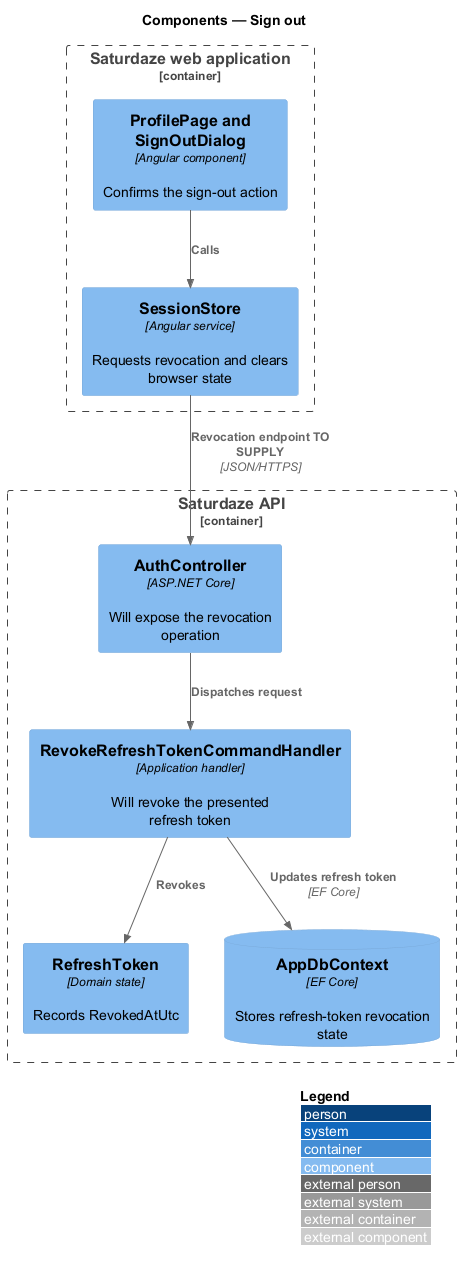
The PlantUML diagram docs/detailed-designs/identity-and-access/sign-out/diagrams/c4-component.png in QuinntyneBrown/saturdaze, before a commit.
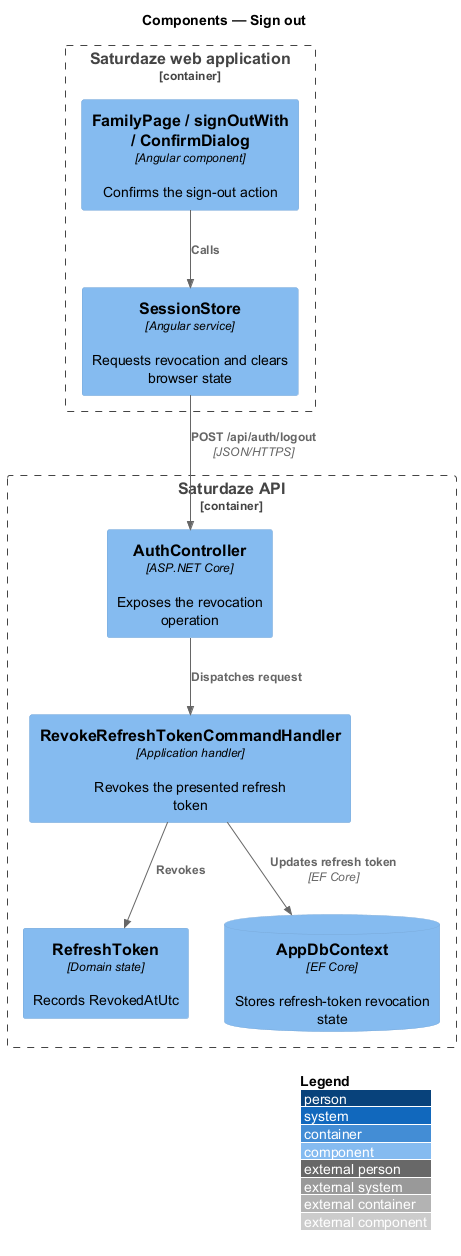
Later version of the same file.

What changed in the source:
```diff
@@ -4,17 +4,17 @@
 title Components — Sign out
 
 Container_Boundary(web, "Saturdaze web application") {
-  Component(page, "ProfilePage and SignOutDialog", "Angular component", "Confirms the sign-out action")
+  Component(page, "FamilyPage / signOutWith / ConfirmDialog", "Angular component", "Confirms the sign-out action")
   Component(client, "SessionStore", "Angular service", "Requests revocation and clears browser state")
 }
 Container_Boundary(api, "Saturdaze API") {
-  Component(controller, "AuthController", "ASP.NET Core", "Will expose the revocation operation")
-  Component(handler, "RevokeRefreshTokenCommandHandler", "Application handler", "Will revoke the presented refresh token")
+  Component(controller, "AuthController", "ASP.NET Core", "Exposes the revocation operation")
+  Component(handler, "RevokeRefreshTokenCommandHandler", "Application handler", "Revokes the presented refresh token")
   Component(entity, "RefreshToken", "Domain state", "Records RevokedAtUtc")
   ComponentDb(db, "AppDbContext", "EF Core", "Stores refresh-token revocation state")
 }
 Rel(page, client, "Calls")
-Rel(client, controller, "Revocation endpoint TO SUPPLY", "JSON/HTTPS")
+Rel(client, controller, "POST /api/auth/logout", "JSON/HTTPS")
 Rel(controller, handler, "Dispatches request")
 Rel(handler, entity, "Revokes")
 Rel(handler, db, "Updates refresh token", "EF Core")
```
